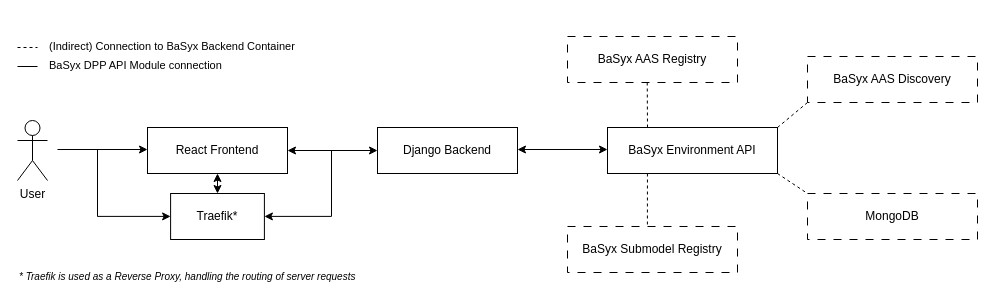
DHBW-TINF24F/Team6-BaSyx-DPP-API keeps this draw.io diagram as PROJECT/SAS/src/grey-box-view/TINF24F_SAS_Team_6_Grey-Box-View.drawio. Above is the earlier version. Source tidied: cells renumbered, new cells numbered last; positions are measured from the earlier drawing's top-left corner, leaving out a move shared by most shapes. Both pictures are drawn from the tidied source at 100%, with x=0, y=0 at pixel (17, 36).
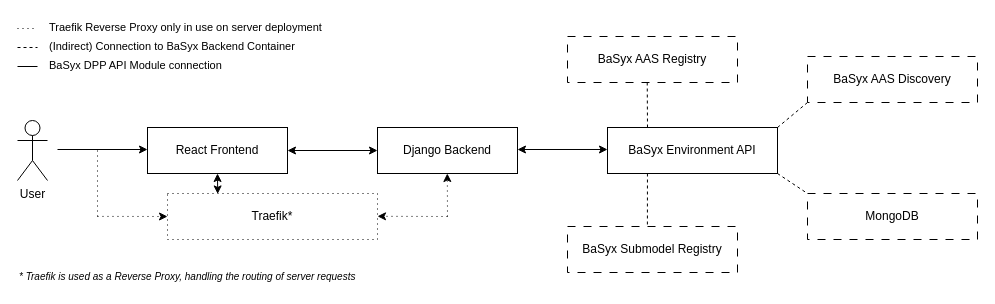
The same page after the edit.

Commit message (it also covers changes not shown here):
Grey Box View diagram: Note for Traefik

Unchanged cells that the change refers to:
```xml
<mxCell id="4" value="React Frontend" style="rounded=0;whiteSpace=wrap;html=1;" parent="1" vertex="1">
  <mxGeometry x="130" y="91" width="140" height="46" as="geometry" />
</mxCell>
```

The edit, as a diff of the source:
```diff
@@
-    <mxCell id="9" style="endArrow=none;html=1;rounded=0;shadow=0;flowAnimation=0;curved=0;jumpSize=6;" parent="1" edge="1">
+    <mxCell id="9" style="endArrow=none;html=1;rounded=0;shadow=0;flowAnimation=0;curved=0;jumpSize=6;dashed=1;dashPattern=1 4;" parent="1" edge="1">
       <mxGeometry relative="1" as="geometry">
         <mxPoint x="80" y="180" as="sourcePoint" />
         <mxPoint x="80" y="113" as="targetPoint" />
       </mxGeometry>
     </mxCell>
-    <mxCell id="10" style="endArrow=none;html=1;rounded=0;" parent="1" edge="1">
+    <mxCell id="10" style="endArrow=classic;html=1;rounded=0;startArrow=none;startFill=0;endFill=1;dashed=1;dashPattern=1 4;" parent="1" edge="1">
       <mxGeometry relative="1" as="geometry">
-        <mxPoint x="314" y="180" as="sourcePoint" />
-        <mxPoint x="314" y="114" as="targetPoint" />
+        <mxPoint x="430" y="180" as="sourcePoint" />
+        <mxPoint x="429.8" y="137" as="targetPoint" />
       </mxGeometry>
     </mxCell>
-    <mxCell id="11" value="Traefik*" style="rounded=0;whiteSpace=wrap;html=1;rotation=0;" parent="1" vertex="1">
-      <mxGeometry x="153.1" y="157" width="93.8" height="46" as="geometry" />
+    <mxCell id="11" value="Traefik*" style="rounded=0;whiteSpace=wrap;html=1;rotation=0;dashed=1;dashPattern=1 4;" parent="1" vertex="1">
+      <mxGeometry x="150" y="157" width="210" height="46" as="geometry" />
     </mxCell>
-    <mxCell id="12" style="endArrow=classic;html=1;rounded=0;" parent="1" edge="1">
+    <mxCell id="12" style="endArrow=classic;html=1;rounded=0;dashed=1;dashPattern=1 4;" parent="1" edge="1">
       <mxGeometry relative="1" as="geometry">
         <mxPoint x="80" y="179.9" as="sourcePoint" />
-        <mxPoint x="153.1" y="179.9" as="targetPoint" />
+        <mxPoint x="150" y="180" as="targetPoint" />
       </mxGeometry>
     </mxCell>
-    <mxCell id="13" style="endArrow=classic;html=1;rounded=0;" parent="1" edge="1">
+    <mxCell id="13" style="endArrow=classic;html=1;rounded=0;dashed=1;dashPattern=1 4;" parent="1" edge="1">
       <mxGeometry relative="1" as="geometry">
-        <mxPoint x="313.8" y="179.9" as="sourcePoint" />
-        <mxPoint x="246.9" y="179.9" as="targetPoint" />
+        <mxPoint x="430" y="180" as="sourcePoint" />
+        <mxPoint x="360" y="179.8" as="targetPoint" />
       </mxGeometry>
     </mxCell>
-    <mxCell id="14" style="endArrow=classic;startArrow=classic;html=1;rounded=0;entryX=0.5;entryY=1;entryDx=0;entryDy=0;exitX=0.5;exitY=0;exitDx=0;exitDy=0;" parent="1" edge="1" source="11" target="4">
+    <mxCell id="14" style="endArrow=classic;startArrow=classic;html=1;rounded=0;entryX=0.5;entryY=1;entryDx=0;entryDy=0;exitX=0.239;exitY=0.01;exitDx=0;exitDy=0;exitPerimeter=0;" parent="1" edge="1" source="11" target="4">
       <mxGeometry relative="1" as="geometry" />
     </mxCell>
@@
+    <mxCell id="30" style="group;" parent="1" vertex="1">
+      <mxGeometry y="-19" width="310" height="20" as="geometry" />
+    </mxCell>
+    <mxCell id="31" style="endArrow=none;dashed=1;html=1;rounded=0;dashPattern=1 4;" parent="30" edge="1">
+      <mxGeometry relative="1" as="geometry">
+        <mxPoint y="11" as="sourcePoint" />
+        <mxPoint x="20" y="11" as="targetPoint" />
+      </mxGeometry>
+    </mxCell>
+    <mxCell id="32" value="Traefik Reverse Proxy only in use on server deployment" style="text;html=1;whiteSpace=wrap;strokeColor=none;fillColor=none;align=left;verticalAlign=middle;rounded=0;fontSize=11;" parent="30" vertex="1">
+      <mxGeometry x="30" width="280" height="20" as="geometry" />
+    </mxCell>
```
